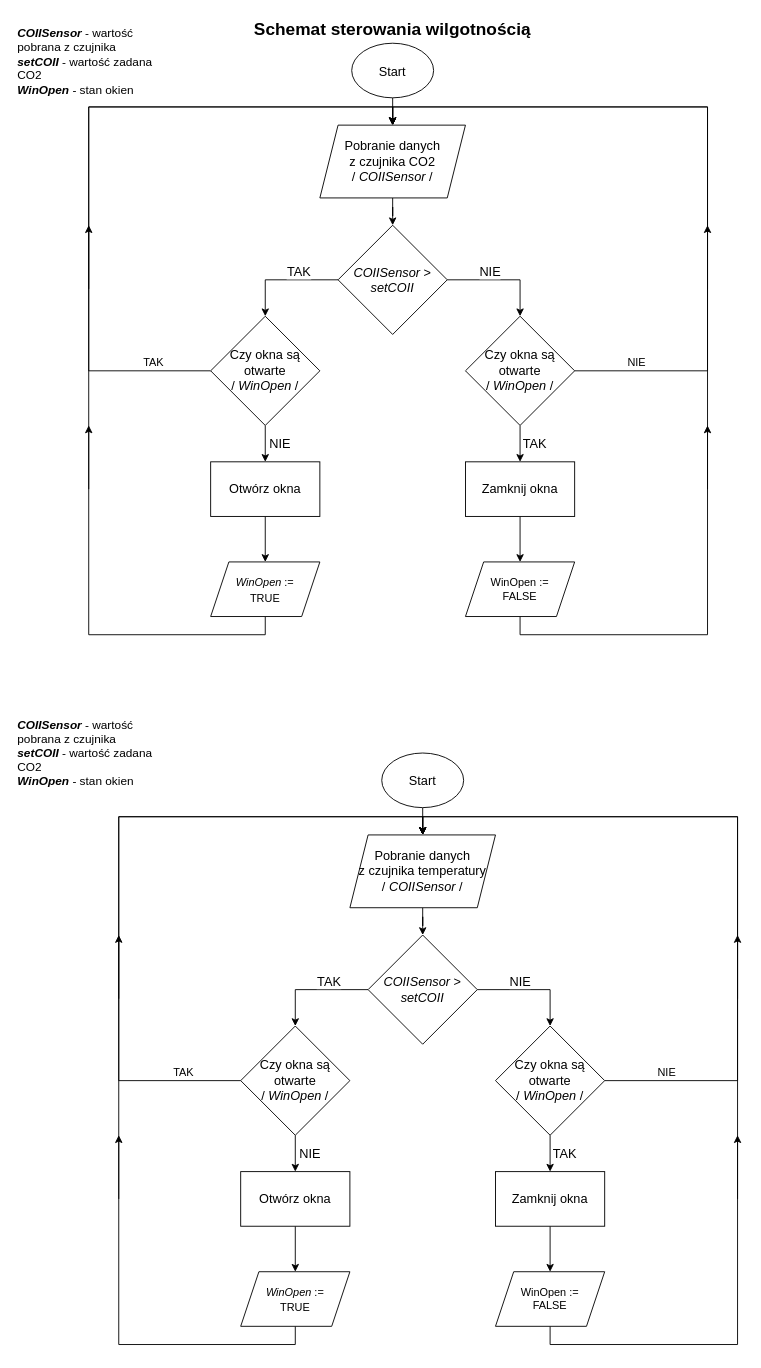
Before: Schematy_działania_funkcji/Wilgotność/wilgotnosc.drawio in AgniechaP/Sterowanie-szklarnia, a draw.io diagram. Source tidied: cells renumbered, new cells numbered last; positions are measured from the earlier drawing's top-left corner, leaving out a move shared by most shapes. Both pictures are drawn from the tidied source at 91%, with x=0, y=0 at pixel (15, 15).
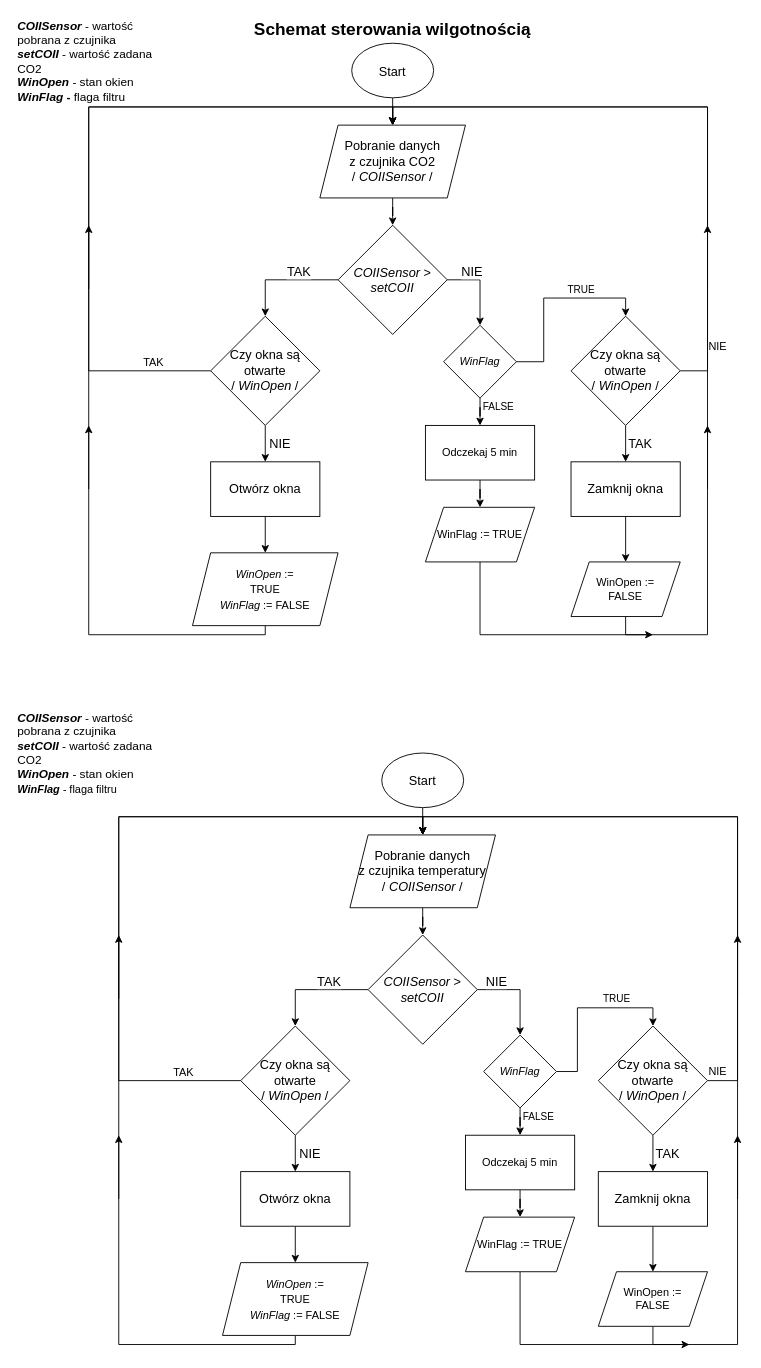
After the change.

Unchanged cells that the change refers to:
```xml
<mxCell id="6" value="Pobranie danych &lt;br&gt;z czujnika CO2&lt;br&gt;/ &lt;i&gt;COIISensor &lt;/i&gt;/" style="shape=parallelogram;perimeter=parallelogramPerimeter;whiteSpace=wrap;html=1;fixedSize=1;fontSize=14;" parent="1" vertex="1">
  <mxGeometry x="334" y="120" width="160" height="80" as="geometry" />
</mxCell>
<mxCell id="11" value="&lt;i&gt;COIISensor &lt;/i&gt;&amp;gt; &lt;i&gt;setCOII&lt;/i&gt;" style="rhombus;whiteSpace=wrap;html=1;fontSize=14;" parent="1" vertex="1">
  <mxGeometry x="354" y="230" width="120" height="120" as="geometry" />
</mxCell>
<mxCell id="36" value="Pobranie danych &lt;br&gt;z czujnika temperatury&lt;br&gt;/ &lt;i&gt;COIISensor &lt;/i&gt;/" style="shape=parallelogram;perimeter=parallelogramPerimeter;whiteSpace=wrap;html=1;fixedSize=1;fontSize=14;" parent="1" vertex="1">
  <mxGeometry x="367" y="900" width="160" height="80" as="geometry" />
</mxCell>
<mxCell id="41" value="&lt;i&gt;COIISensor &lt;/i&gt;&amp;gt; &lt;i&gt;setCOII&lt;/i&gt;" style="rhombus;whiteSpace=wrap;html=1;fontSize=14;" parent="1" vertex="1">
  <mxGeometry x="387" y="1010" width="120" height="120" as="geometry" />
</mxCell>
<mxCell id="47" style="edgeStyle=orthogonalEdgeStyle;rounded=0;jettySize=auto;html=1;entryX=0.5;entryY=0;entryDx=0;entryDy=0;fontSize=12;" parent="1" edge="1" source="49" target="36">
  <mxGeometry relative="1" as="geometry">
    <Array as="points">
      <mxPoint x="793" y="1170" />
      <mxPoint x="793" y="880" />
      <mxPoint x="447" y="880" />
    </Array>
  </mxGeometry>
</mxCell>
```

Diff of the diagram source:
```diff
@@
-    <mxCell id="7" style="edgeStyle=orthogonalEdgeStyle;rounded=0;jettySize=auto;html=1;entryX=0.5;entryY=0;entryDx=0;entryDy=0;fontSize=14;" parent="1" edge="1" source="11" target="19">
+    <mxCell id="7" style="edgeStyle=orthogonalEdgeStyle;rounded=0;jettySize=auto;html=1;fontSize=14;entryX=0.5;entryY=0;entryDx=0;entryDy=0;exitX=1;exitY=0.5;exitDx=0;exitDy=0;" parent="1" edge="1" source="11" target="66">
       <mxGeometry relative="1" as="geometry" />
     </mxCell>
     <mxCell id="8" value="NIE" style="edgeLabel;html=1;align=center;verticalAlign=middle;fontSize=14;" parent="7" vertex="1">
       <mxGeometry x="0.02" y="2" relative="1" as="geometry">
-        <mxPoint x="-15" y="-8" as="offset" />
+        <mxPoint x="-12" y="-18" as="offset" />
       </mxGeometry>
     </mxCell>
@@
     <mxCell id="19" value="Czy okna są otwarte&lt;br&gt;/ &lt;i&gt;WinOpen &lt;/i&gt;/" style="rhombus;whiteSpace=wrap;html=1;fontSize=14;" parent="1" vertex="1">
-      <mxGeometry x="494" y="330" width="120" height="120" as="geometry" />
+      <mxGeometry x="610" y="330" width="120" height="120" as="geometry" />
     </mxCell>
@@
     <mxCell id="23" value="Zamknij okna" style="rounded=0;whiteSpace=wrap;html=1;fontSize=14;" parent="1" vertex="1">
-      <mxGeometry x="494" y="490" width="120" height="60" as="geometry" />
+      <mxGeometry x="610" y="490" width="120" height="60" as="geometry" />
     </mxCell>
@@
-    <mxCell id="25" value="&lt;font style=&quot;font-size: 12px&quot;&gt;&lt;i&gt;WinOpen &lt;/i&gt;:= &lt;br&gt;TRUE&lt;/font&gt;" style="shape=parallelogram;perimeter=parallelogramPerimeter;whiteSpace=wrap;html=1;fixedSize=1;fontSize=14;" parent="1" vertex="1">
-      <mxGeometry x="214" y="600" width="120" height="60" as="geometry" />
+    <mxCell id="25" value="&lt;font style=&quot;font-size: 12px&quot;&gt;&lt;i&gt;WinOpen &lt;/i&gt;:= &lt;br&gt;TRUE&lt;br&gt;&lt;i&gt;WinFlag &lt;/i&gt;:= FALSE&lt;br&gt;&lt;/font&gt;" style="shape=parallelogram;perimeter=parallelogramPerimeter;whiteSpace=wrap;html=1;fixedSize=1;fontSize=14;" parent="1" vertex="1">
+      <mxGeometry x="194" y="590" width="160" height="80" as="geometry" />
     </mxCell>
     <mxCell id="26" style="edgeStyle=orthogonalEdgeStyle;rounded=0;jettySize=auto;html=1;entryX=0.5;entryY=0;entryDx=0;entryDy=0;fontSize=12;exitX=0.5;exitY=1;exitDx=0;exitDy=0;" parent="1" edge="1" source="27" target="6">
       <mxGeometry relative="1" as="geometry">
         <Array as="points">
-          <mxPoint x="554" y="680" />
+          <mxPoint x="670" y="680" />
           <mxPoint x="760" y="680" />
           <mxPoint x="760" y="100" />
           <mxPoint x="414" y="100" />
         </Array>
       </mxGeometry>
     </mxCell>
     <mxCell id="27" value="WinOpen := &lt;br&gt;FALSE" style="shape=parallelogram;perimeter=parallelogramPerimeter;whiteSpace=wrap;html=1;fixedSize=1;fontSize=12;" parent="1" vertex="1">
-      <mxGeometry x="494" y="600" width="120" height="60" as="geometry" />
+      <mxGeometry x="610" y="600" width="120" height="60" as="geometry" />
     </mxCell>
@@
-    <mxCell id="32" value="&lt;font style=&quot;font-size: 13px&quot;&gt;&lt;b&gt;&lt;i&gt;COIISensor &lt;/i&gt;&lt;/b&gt;- wartość pobrana z czujnika&lt;br&gt;&lt;b&gt;&lt;i&gt;setCOII &lt;/i&gt;&lt;/b&gt;- wartość zadana CO2&lt;br&gt;&lt;/font&gt;&lt;div style=&quot;font-size: 13px&quot;&gt;&lt;font style=&quot;font-size: 13px&quot;&gt;&lt;b&gt;&lt;i&gt;WinOpen &lt;/i&gt;&lt;/b&gt;&lt;span&gt;- stan okien&lt;/span&gt;&lt;/font&gt;&lt;/div&gt;" style="text;html=1;strokeColor=none;fillColor=none;align=left;verticalAlign=middle;whiteSpace=wrap;rounded=0;fontSize=12;" parent="1" vertex="1">
+    <mxCell id="32" value="&lt;font style=&quot;font-size: 13px&quot;&gt;&lt;b&gt;&lt;i&gt;COIISensor &lt;/i&gt;&lt;/b&gt;- wartość pobrana z czujnika&lt;br&gt;&lt;b&gt;&lt;i&gt;setCOII &lt;/i&gt;&lt;/b&gt;- wartość zadana CO2&lt;br&gt;&lt;/font&gt;&lt;div style=&quot;font-size: 13px&quot;&gt;&lt;font style=&quot;font-size: 13px&quot;&gt;&lt;b&gt;&lt;i&gt;WinOpen &lt;/i&gt;&lt;/b&gt;&lt;span&gt;- stan okien&lt;/span&gt;&lt;/font&gt;&lt;/div&gt;&lt;div style=&quot;font-size: 13px&quot;&gt;&lt;font style=&quot;font-size: 13px&quot;&gt;&lt;b&gt;&lt;i&gt;WinFlag - &lt;/i&gt;&lt;/b&gt;flaga filtru&lt;/font&gt;&lt;/div&gt;" style="text;html=1;strokeColor=none;fillColor=none;align=left;verticalAlign=middle;whiteSpace=wrap;rounded=0;fontSize=12;" parent="1" vertex="1">
       <mxGeometry width="160" height="100" as="geometry" />
     </mxCell>
@@
-    <mxCell id="37" style="edgeStyle=orthogonalEdgeStyle;rounded=0;jettySize=auto;html=1;entryX=0.5;entryY=0;entryDx=0;entryDy=0;fontSize=14;" parent="1" edge="1" source="41" target="49">
+    <mxCell id="37" style="edgeStyle=orthogonalEdgeStyle;rounded=0;jettySize=auto;html=1;entryX=0.5;entryY=0;entryDx=0;entryDy=0;fontSize=14;" parent="1" edge="1" source="41" target="73">
       <mxGeometry relative="1" as="geometry" />
     </mxCell>
     <mxCell id="38" value="NIE" style="edgeLabel;html=1;align=center;verticalAlign=middle;fontSize=14;" parent="37" vertex="1">
       <mxGeometry x="0.02" y="2" relative="1" as="geometry">
-        <mxPoint x="-15" y="-8" as="offset" />
+        <mxPoint x="-29" y="-12" as="offset" />
       </mxGeometry>
     </mxCell>
@@
     <mxCell id="48" value="NIE" style="edgeLabel;html=1;align=center;verticalAlign=middle;fontSize=12;" parent="47" vertex="1">
       <mxGeometry x="-0.86" y="1" relative="1" as="geometry">
-        <mxPoint x="11" y="-9" as="offset" />
+        <mxPoint x="-22" y="4" as="offset" />
       </mxGeometry>
     </mxCell>
     <mxCell id="49" value="Czy okna są otwarte&lt;br&gt;/ &lt;i&gt;WinOpen &lt;/i&gt;/" style="rhombus;whiteSpace=wrap;html=1;fontSize=14;" parent="1" vertex="1">
-      <mxGeometry x="527" y="1110" width="120" height="120" as="geometry" />
+      <mxGeometry x="640" y="1110" width="120" height="120" as="geometry" />
     </mxCell>
@@
     <mxCell id="53" value="Zamknij okna" style="rounded=0;whiteSpace=wrap;html=1;fontSize=14;" parent="1" vertex="1">
-      <mxGeometry x="527" y="1270" width="120" height="60" as="geometry" />
+      <mxGeometry x="640" y="1270" width="120" height="60" as="geometry" />
     </mxCell>
@@
-    <mxCell id="55" value="&lt;font style=&quot;font-size: 12px&quot;&gt;&lt;i&gt;WinOpen &lt;/i&gt;:= &lt;br&gt;TRUE&lt;/font&gt;" style="shape=parallelogram;perimeter=parallelogramPerimeter;whiteSpace=wrap;html=1;fixedSize=1;fontSize=14;" parent="1" vertex="1">
-      <mxGeometry x="247" y="1380" width="120" height="60" as="geometry" />
+    <mxCell id="55" value="&lt;font style=&quot;font-size: 12px&quot;&gt;&lt;i&gt;WinOpen &lt;/i&gt;:= &lt;br&gt;TRUE&lt;br&gt;&lt;i&gt;WinFlag&amp;nbsp;&lt;/i&gt;:= FALSE&lt;br&gt;&lt;/font&gt;" style="shape=parallelogram;perimeter=parallelogramPerimeter;whiteSpace=wrap;html=1;fixedSize=1;fontSize=14;" parent="1" vertex="1">
+      <mxGeometry x="227" y="1370" width="160" height="80" as="geometry" />
     </mxCell>
     <mxCell id="56" style="edgeStyle=orthogonalEdgeStyle;rounded=0;jettySize=auto;html=1;entryX=0.5;entryY=0;entryDx=0;entryDy=0;fontSize=12;exitX=0.5;exitY=1;exitDx=0;exitDy=0;" parent="1" edge="1" source="57" target="36">
       <mxGeometry relative="1" as="geometry">
         <Array as="points">
-          <mxPoint x="587" y="1460" />
+          <mxPoint x="700" y="1460" />
           <mxPoint x="793" y="1460" />
           <mxPoint x="793" y="880" />
           <mxPoint x="447" y="880" />
         </Array>
       </mxGeometry>
     </mxCell>
     <mxCell id="57" value="WinOpen := &lt;br&gt;FALSE" style="shape=parallelogram;perimeter=parallelogramPerimeter;whiteSpace=wrap;html=1;fixedSize=1;fontSize=12;" parent="1" vertex="1">
-      <mxGeometry x="527" y="1380" width="120" height="60" as="geometry" />
+      <mxGeometry x="640" y="1380" width="120" height="60" as="geometry" />
     </mxCell>
@@
-    <mxCell id="62" value="&lt;font style=&quot;font-size: 13px&quot;&gt;&lt;b&gt;&lt;i&gt;COIISensor &lt;/i&gt;&lt;/b&gt;- wartość pobrana z czujnika&lt;br&gt;&lt;b&gt;&lt;i&gt;setCOII &lt;/i&gt;&lt;/b&gt;- wartość zadana CO2&lt;br&gt;&lt;/font&gt;&lt;div style=&quot;font-size: 13px&quot;&gt;&lt;font style=&quot;font-size: 13px&quot;&gt;&lt;b&gt;&lt;i&gt;WinOpen &lt;/i&gt;&lt;/b&gt;&lt;span&gt;- stan okien&lt;/span&gt;&lt;/font&gt;&lt;/div&gt;" style="text;html=1;strokeColor=none;fillColor=none;align=left;verticalAlign=middle;whiteSpace=wrap;rounded=0;fontSize=12;" parent="1" vertex="1">
+    <mxCell id="62" value="&lt;font style=&quot;font-size: 13px&quot;&gt;&lt;b&gt;&lt;i&gt;COIISensor &lt;/i&gt;&lt;/b&gt;- wartość pobrana z czujnika&lt;br&gt;&lt;b&gt;&lt;i&gt;setCOII &lt;/i&gt;&lt;/b&gt;- wartość zadana CO2&lt;br&gt;&lt;/font&gt;&lt;div style=&quot;font-size: 13px&quot;&gt;&lt;font style=&quot;font-size: 13px&quot;&gt;&lt;b&gt;&lt;i&gt;WinOpen &lt;/i&gt;&lt;/b&gt;&lt;span&gt;- stan okien&lt;/span&gt;&lt;/font&gt;&lt;/div&gt;&lt;div style=&quot;font-size: 13px&quot;&gt;&lt;i style=&quot;font-size: 12px ; text-align: center&quot;&gt;&lt;b&gt;WinFlag&lt;/b&gt; - &lt;/i&gt;&lt;span style=&quot;font-size: 12px ; text-align: center&quot;&gt;flaga filtru&lt;/span&gt;&lt;br&gt;&lt;/div&gt;" style="text;html=1;strokeColor=none;fillColor=none;align=left;verticalAlign=middle;whiteSpace=wrap;rounded=0;fontSize=12;" parent="1" vertex="1">
       <mxGeometry y="760" width="160" height="100" as="geometry" />
     </mxCell>
+    <mxCell id="63" value="FALSE" style="edgeStyle=orthogonalEdgeStyle;rounded=0;jettySize=auto;html=1;" parent="1" edge="1" source="66" target="68">
+      <mxGeometry x="0.2" y="20" relative="1" as="geometry" />
+    </mxCell>
+    <mxCell id="64" style="edgeStyle=orthogonalEdgeStyle;rounded=0;jettySize=auto;html=1;entryX=0.5;entryY=0;entryDx=0;entryDy=0;" parent="1" edge="1" source="66" target="19">
+      <mxGeometry relative="1" as="geometry" />
+    </mxCell>
+    <mxCell id="65" value="TRUE" style="edgeLabel;html=1;align=center;verticalAlign=middle;" parent="64" vertex="1">
+      <mxGeometry x="0.07" y="3" relative="1" as="geometry">
+        <mxPoint x="28" y="-7" as="offset" />
+      </mxGeometry>
+    </mxCell>
+    <mxCell id="66" value="&lt;i&gt;WinFlag&lt;/i&gt;" style="rhombus;whiteSpace=wrap;html=1;" parent="1" vertex="1">
+      <mxGeometry x="470" y="340" width="80" height="80" as="geometry" />
+    </mxCell>
+    <mxCell id="67" style="edgeStyle=orthogonalEdgeStyle;rounded=0;jettySize=auto;html=1;" parent="1" edge="1" source="68" target="70">
+      <mxGeometry relative="1" as="geometry" />
+    </mxCell>
+    <mxCell id="68" value="Odczekaj 5 min" style="rounded=0;whiteSpace=wrap;html=1;" parent="1" vertex="1">
+      <mxGeometry x="450" y="450" width="120" height="60" as="geometry" />
+    </mxCell>
+    <mxCell id="69" style="edgeStyle=orthogonalEdgeStyle;rounded=0;jettySize=auto;html=1;" parent="1" edge="1" source="70">
+      <mxGeometry relative="1" as="geometry">
+        <mxPoint x="700" y="680" as="targetPoint" />
+        <Array as="points">
+          <mxPoint x="510" y="680" />
+        </Array>
+      </mxGeometry>
+    </mxCell>
+    <mxCell id="70" value="WinFlag := TRUE" style="shape=parallelogram;perimeter=parallelogramPerimeter;whiteSpace=wrap;html=1;fixedSize=1;" parent="1" vertex="1">
+      <mxGeometry x="450" y="540" width="120" height="60" as="geometry" />
+    </mxCell>
+    <mxCell id="71" value="FALSE" style="edgeStyle=orthogonalEdgeStyle;rounded=0;jettySize=auto;html=1;" parent="1" edge="1" source="73" target="75">
+      <mxGeometry x="0.2" y="20" relative="1" as="geometry" />
+    </mxCell>
+    <mxCell id="72" value="TRUE" style="edgeStyle=orthogonalEdgeStyle;rounded=0;jettySize=auto;html=1;entryX=0.5;entryY=0;entryDx=0;entryDy=0;" parent="1" edge="1" source="73" target="49">
+      <mxGeometry x="0.39" y="10" relative="1" as="geometry" />
+    </mxCell>
+    <mxCell id="73" value="&lt;i&gt;WinFlag&lt;/i&gt;" style="rhombus;whiteSpace=wrap;html=1;" parent="1" vertex="1">
+      <mxGeometry x="514" y="1120" width="80" height="80" as="geometry" />
+    </mxCell>
+    <mxCell id="74" style="edgeStyle=orthogonalEdgeStyle;rounded=0;jettySize=auto;html=1;" parent="1" edge="1" source="75" target="77">
+      <mxGeometry relative="1" as="geometry" />
+    </mxCell>
+    <mxCell id="75" value="Odczekaj 5 min" style="rounded=0;whiteSpace=wrap;html=1;" parent="1" vertex="1">
+      <mxGeometry x="494" y="1230" width="120" height="60" as="geometry" />
+    </mxCell>
+    <mxCell id="76" style="edgeStyle=orthogonalEdgeStyle;rounded=0;jettySize=auto;html=1;" parent="1" edge="1" source="77">
+      <mxGeometry relative="1" as="geometry">
+        <mxPoint x="740" y="1460" as="targetPoint" />
+        <Array as="points">
+          <mxPoint x="554" y="1460" />
+        </Array>
+      </mxGeometry>
+    </mxCell>
+    <mxCell id="77" value="WinFlag := TRUE" style="shape=parallelogram;perimeter=parallelogramPerimeter;whiteSpace=wrap;html=1;fixedSize=1;" parent="1" vertex="1">
+      <mxGeometry x="494" y="1320" width="120" height="60" as="geometry" />
+    </mxCell>
```
